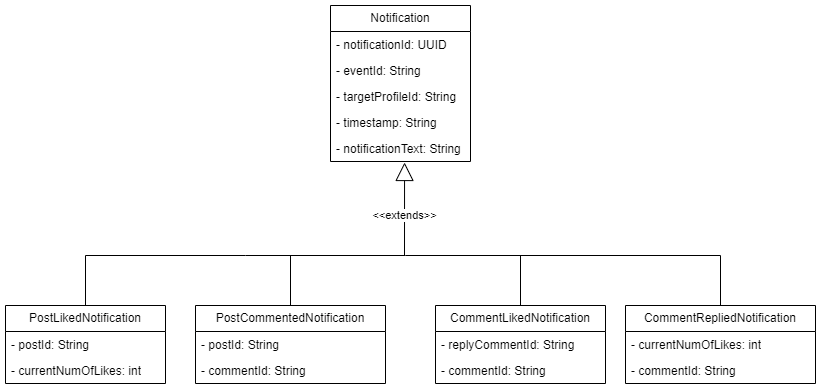
szymonpoltorak/Social365 keeps this draw.io diagram as services/notifications-service/diagrams/notifications-mongodb.drawio.png. Above is the earlier version. Source tidied: cells renumbered, new cells last; positions are measured from the earlier drawing's top-left corner, leaving out a move shared by most shapes.
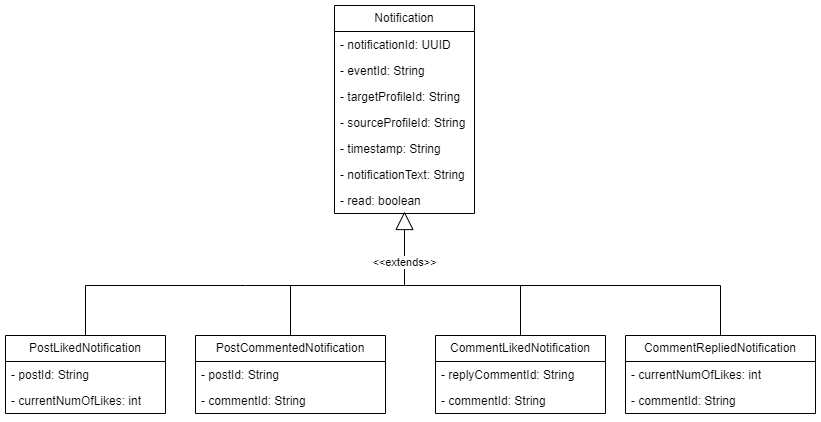
The same file after the commit.

The edit, as a diff of the source:
```diff
@@ -3,7 +3,7 @@
     <mxCell id="0" />
     <mxCell id="1" parent="0" />
     <mxCell id="2" value="Notification" style="swimlane;fontStyle=0;horizontal=1;startSize=26;fillColor=none;whiteSpace=wrap;html=1;" parent="1" vertex="1">
-      <mxGeometry x="325" width="140" height="156" as="geometry" />
+      <mxGeometry x="329" y="-30" width="140" height="208" as="geometry" />
     </mxCell>
     <mxCell id="3" value="- notificationId: UUID" style="text;strokeColor=none;fillColor=none;align=left;verticalAlign=top;spacingLeft=4;spacingRight=4;overflow=hidden;whiteSpace=wrap;html=1;" parent="2" vertex="1">
       <mxGeometry y="26" width="140" height="26" as="geometry" />
@@ -14,12 +14,18 @@
     <mxCell id="5" value="- targetProfileId: String" style="text;strokeColor=none;fillColor=none;align=left;verticalAlign=top;spacingLeft=4;spacingRight=4;overflow=hidden;whiteSpace=wrap;html=1;" parent="2" vertex="1">
       <mxGeometry y="78" width="140" height="26" as="geometry" />
     </mxCell>
+    <mxCell id="24" value="- sourceProfileId: String" style="text;strokeColor=none;fillColor=none;align=left;verticalAlign=top;spacingLeft=4;spacingRight=4;overflow=hidden;whiteSpace=wrap;html=1;" parent="2" vertex="1">
+      <mxGeometry y="104" width="140" height="26" as="geometry" />
+    </mxCell>
     <mxCell id="6" value="- timestamp: String" style="text;strokeColor=none;fillColor=none;align=left;verticalAlign=top;spacingLeft=4;spacingRight=4;overflow=hidden;whiteSpace=wrap;html=1;" parent="2" vertex="1">
-      <mxGeometry y="104" width="140" height="26" as="geometry" />
+      <mxGeometry y="130" width="140" height="26" as="geometry" />
     </mxCell>
     <mxCell id="7" value="- notificationText: String" style="text;strokeColor=none;fillColor=none;align=left;verticalAlign=top;spacingLeft=4;spacingRight=4;overflow=hidden;points=[[0,0.5],[1,0.5]];portConstraint=eastwest;whiteSpace=wrap;html=1;" parent="2" vertex="1">
-      <mxGeometry y="130" width="140" height="26" as="geometry" />
+      <mxGeometry y="156" width="140" height="26" as="geometry" />
     </mxCell>
+    <mxCell id="25" value="- read: boolean" style="text;strokeColor=none;fillColor=none;align=left;verticalAlign=top;spacingLeft=4;spacingRight=4;overflow=hidden;points=[[0,0.5],[1,0.5]];portConstraint=eastwest;whiteSpace=wrap;html=1;" parent="2" vertex="1">
+      <mxGeometry y="182" width="140" height="26" as="geometry" />
+    </mxCell>
     <mxCell id="8" value="PostLikedNotification" style="swimlane;fontStyle=0;horizontal=1;startSize=26;fillColor=none;whiteSpace=wrap;html=1;" parent="1" vertex="1">
       <mxGeometry y="300" width="160" height="78" as="geometry" />
     </mxCell>
@@ -80,7 +86,7 @@
     <mxCell id="22" value="- commentId: String" style="text;strokeColor=none;fillColor=none;align=left;verticalAlign=top;spacingLeft=4;spacingRight=4;overflow=hidden;whiteSpace=wrap;html=1;" parent="20" vertex="1">
       <mxGeometry y="52" width="190" height="26" as="geometry" />
     </mxCell>
-    <mxCell id="23" value="&amp;lt;&amp;lt;extends&amp;gt;&amp;gt;" style="endArrow=block;endSize=16;endFill=0;html=1;rounded=0;entryX=0.529;entryY=1.038;entryDx=0;entryDy=0;entryPerimeter=0;exitX=0.5;exitY=0;exitDx=0;exitDy=0;" parent="1" edge="1" source="8" target="7">
+    <mxCell id="23" value="&amp;lt;&amp;lt;extends&amp;gt;&amp;gt;" style="endArrow=block;endSize=16;endFill=0;html=1;rounded=0;exitX=0.5;exitY=0;exitDx=0;exitDy=0;entryX=0.5;entryY=0.923;entryDx=0;entryDy=0;entryPerimeter=0;" parent="1" edge="1" source="8" target="25">
       <mxGeometry x="0.77" relative="1" as="geometry">
         <Array as="points">
           <mxPoint x="80" y="250" />
```
